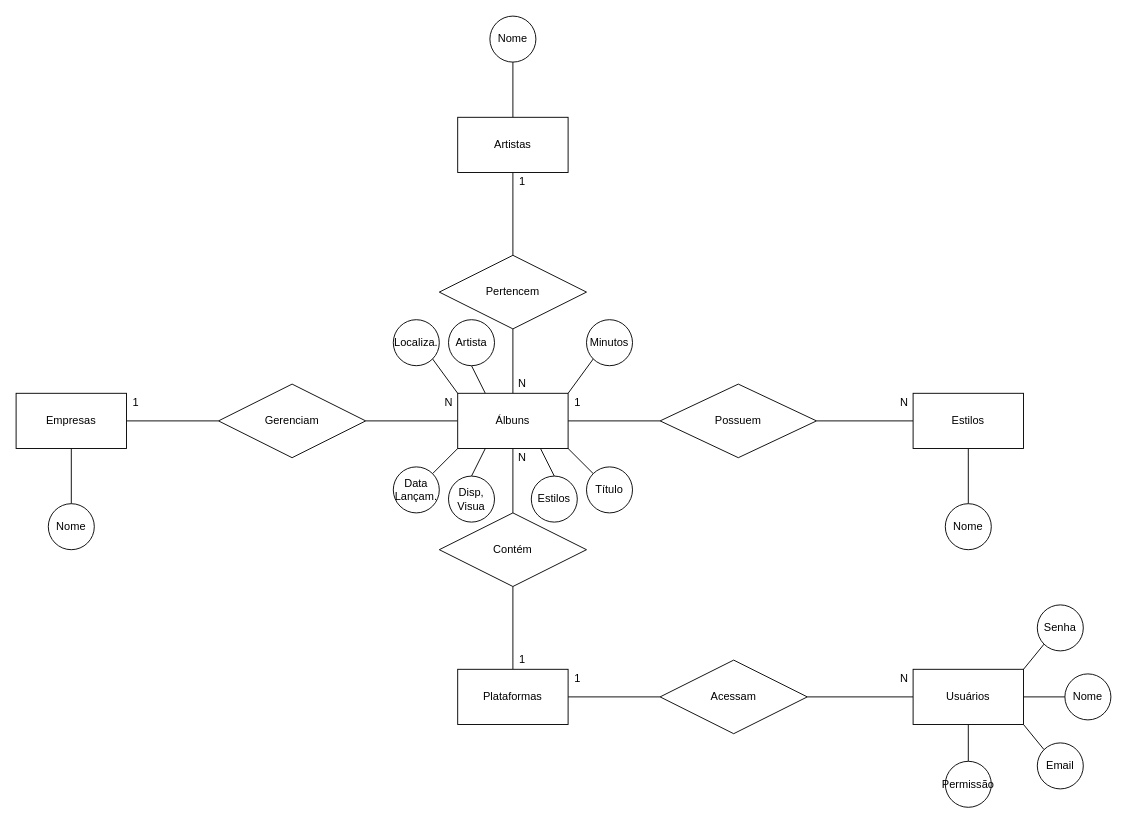
Earlier version of the draw.io diagram page "Conceitual" (1 of 2) of 2021-1S-2D/sprint-1-bd/exercicios/1.4-exercicio-optus/1.4-exercicio-optus.drawio (sjvinicius/_SENAI_2S_DevSys_Atividades_DB). Source tidied: cells renumbered, new cells numbered last; positions are measured from the earlier drawing's top-left corner, leaving out a move shared by most shapes. Both pictures are drawn from the tidied source at 92%, with x=0, y=0 at pixel (16, 16).
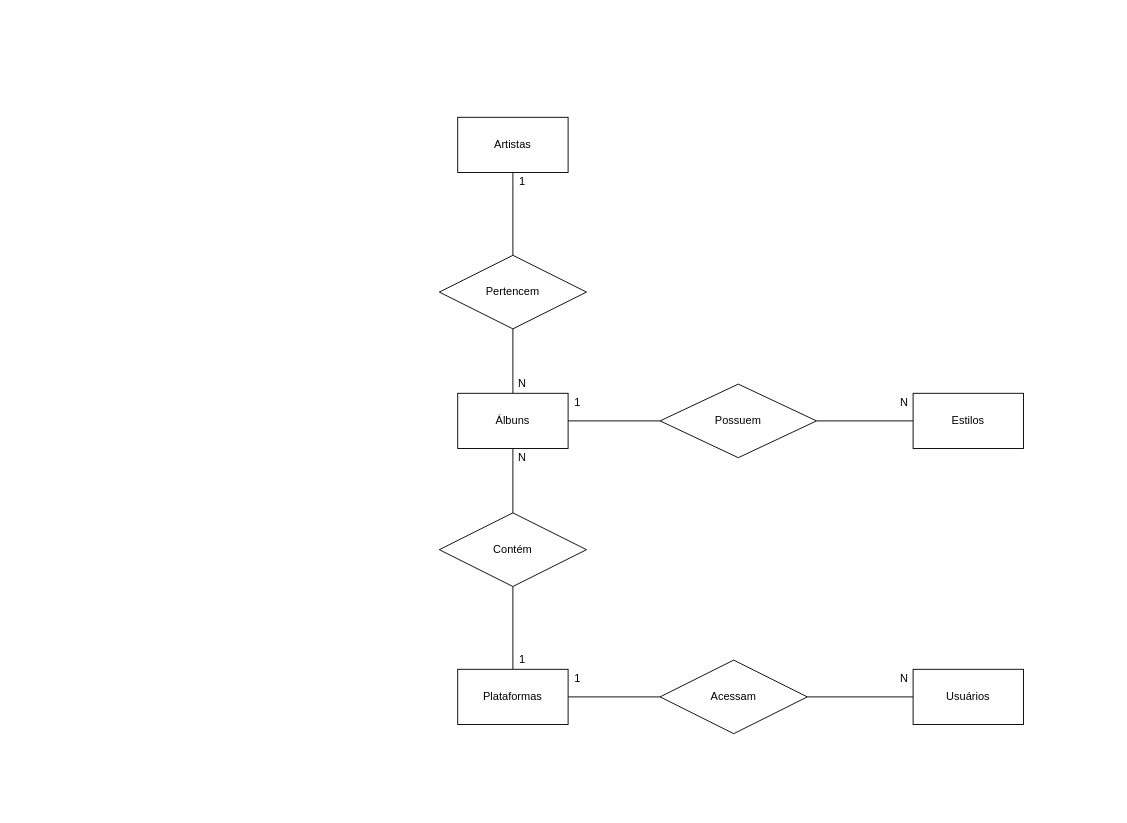
Above is the later version.

The change refers to these unchanged cells:
```xml
<mxCell id="15" value="Álbuns" style="whiteSpace=wrap;html=1;rounded=0;" parent="1" vertex="1">
  <mxGeometry x="480" y="410" width="120" height="60" as="geometry" />
</mxCell>
<mxCell id="30" value="Usuários" style="whiteSpace=wrap;html=1;rounded=0;" parent="1" vertex="1">
  <mxGeometry x="975" y="710" width="120" height="60" as="geometry" />
</mxCell>
<mxCell id="44" value="Artistas" style="whiteSpace=wrap;html=1;rounded=0;" parent="1" vertex="1">
  <mxGeometry x="480" y="110" width="120" height="60" as="geometry" />
</mxCell>
```

Change to the diagram source:
```diff
@@
-    <mxCell id="2" style="edgeStyle=orthogonalEdgeStyle;rounded=0;jettySize=auto;html=1;exitX=0.5;exitY=1;exitDx=0;exitDy=0;endArrow=none;endFill=0;entryX=0.5;entryY=0;entryDx=0;entryDy=0;" parent="1" edge="1" source="4" target="5">
-      <mxGeometry relative="1" as="geometry" />
-    </mxCell>
-    <mxCell id="3" style="edgeStyle=orthogonalEdgeStyle;rounded=0;jettySize=auto;html=1;endArrow=none;endFill=0;" parent="1" edge="1" source="4" target="7">
-      <mxGeometry relative="1" as="geometry" />
-    </mxCell>
-    <mxCell id="4" value="Empresas" style="rounded=0;whiteSpace=wrap;html=1;" parent="1" vertex="1">
-      <mxGeometry y="410" width="120" height="60" as="geometry" />
-    </mxCell>
-    <mxCell id="5" value="Nome" style="ellipse;whiteSpace=wrap;html=1;" parent="1" vertex="1">
-      <mxGeometry x="35" y="530" width="50" height="50" as="geometry" />
-    </mxCell>
-    <mxCell id="6" style="edgeStyle=orthogonalEdgeStyle;rounded=0;jettySize=auto;html=1;endArrow=none;endFill=0;" parent="1" edge="1" source="7" target="15">
-      <mxGeometry relative="1" as="geometry" />
-    </mxCell>
-    <mxCell id="7" value="Gerenciam" style="rhombus;whiteSpace=wrap;html=1;rounded=0;" parent="1" vertex="1">
-      <mxGeometry x="220" y="400" width="160" height="80" as="geometry" />
-    </mxCell>
@@
-    <mxCell id="11" style="rounded=0;jettySize=auto;html=1;exitX=1;exitY=1;exitDx=0;exitDy=0;entryX=0;entryY=0;entryDx=0;entryDy=0;endArrow=none;endFill=0;" parent="1" edge="1" source="15" target="46">
-      <mxGeometry relative="1" as="geometry" />
-    </mxCell>
-    <mxCell id="12" style="edgeStyle=none;rounded=0;jettySize=auto;html=1;exitX=1;exitY=0;exitDx=0;exitDy=0;entryX=0;entryY=1;entryDx=0;entryDy=0;endArrow=none;endFill=0;" parent="1" edge="1" source="15" target="49">
-      <mxGeometry relative="1" as="geometry" />
-    </mxCell>
-    <mxCell id="13" style="edgeStyle=none;rounded=0;jettySize=auto;html=1;exitX=0.75;exitY=1;exitDx=0;exitDy=0;endArrow=none;endFill=0;entryX=0.5;entryY=0;entryDx=0;entryDy=0;" parent="1" edge="1" source="15" target="54">
-      <mxGeometry relative="1" as="geometry" />
-    </mxCell>
-    <mxCell id="14" style="edgeStyle=none;rounded=0;jettySize=auto;html=1;exitX=0.25;exitY=0;exitDx=0;exitDy=0;endArrow=none;endFill=0;entryX=0.5;entryY=1;entryDx=0;entryDy=0;" parent="1" edge="1" source="15" target="55">
-      <mxGeometry relative="1" as="geometry" />
-    </mxCell>
@@
-    <mxCell id="18" style="edgeStyle=orthogonalEdgeStyle;rounded=0;jettySize=auto;html=1;endArrow=none;endFill=0;entryX=0.5;entryY=0;entryDx=0;entryDy=0;" parent="1" edge="1" target="39">
-      <mxGeometry relative="1" as="geometry">
-        <mxPoint x="1035" y="470" as="sourcePoint" />
-        <Array as="points">
-          <mxPoint x="1035" y="470" />
-        </Array>
-      </mxGeometry>
-    </mxCell>
@@
-    <mxCell id="26" style="edgeStyle=none;rounded=0;jettySize=auto;html=1;exitX=1;exitY=0.5;exitDx=0;exitDy=0;endArrow=none;endFill=0;" parent="1" edge="1" source="30" target="57">
-      <mxGeometry relative="1" as="geometry" />
-    </mxCell>
-    <mxCell id="27" style="edgeStyle=none;rounded=0;jettySize=auto;html=1;exitX=1;exitY=1;exitDx=0;exitDy=0;entryX=0;entryY=0;entryDx=0;entryDy=0;endArrow=none;endFill=0;" parent="1" edge="1" source="30" target="58">
-      <mxGeometry relative="1" as="geometry" />
-    </mxCell>
-    <mxCell id="28" style="edgeStyle=none;rounded=0;jettySize=auto;html=1;exitX=1;exitY=0;exitDx=0;exitDy=0;entryX=0;entryY=1;entryDx=0;entryDy=0;endArrow=none;endFill=0;" parent="1" edge="1" source="30" target="59">
-      <mxGeometry relative="1" as="geometry" />
-    </mxCell>
-    <mxCell id="29" style="edgeStyle=none;rounded=0;jettySize=auto;html=1;exitX=0.5;exitY=1;exitDx=0;exitDy=0;endArrow=none;endFill=0;" parent="1" edge="1" source="30" target="60">
-      <mxGeometry relative="1" as="geometry" />
-    </mxCell>
@@
-    <mxCell id="31" value="1" style="text;html=1;align=center;verticalAlign=middle;" parent="1" vertex="1">
-      <mxGeometry x="120" y="410" width="20" height="20" as="geometry" />
-    </mxCell>
-    <mxCell id="32" value="N" style="text;html=1;align=center;verticalAlign=middle;" parent="1" vertex="1">
-      <mxGeometry x="460" y="410" width="20" height="20" as="geometry" />
-    </mxCell>
@@
-    <mxCell id="39" value="Nome" style="ellipse;whiteSpace=wrap;html=1;" parent="1" vertex="1">
-      <mxGeometry x="1010" y="530" width="50" height="50" as="geometry" />
-    </mxCell>
@@
-    <mxCell id="43" style="edgeStyle=none;rounded=0;jettySize=auto;html=1;exitX=0.5;exitY=0;exitDx=0;exitDy=0;endArrow=none;endFill=0;" parent="1" edge="1" source="44">
-      <mxGeometry relative="1" as="geometry">
-        <mxPoint x="540" y="50" as="targetPoint" />
-      </mxGeometry>
-    </mxCell>
@@
-    <mxCell id="46" value="Título" style="ellipse;whiteSpace=wrap;html=1;" parent="1" vertex="1">
-      <mxGeometry x="620" y="490" width="50" height="50" as="geometry" />
-    </mxCell>
-    <mxCell id="47" style="edgeStyle=none;rounded=0;jettySize=auto;html=1;entryX=0;entryY=1;entryDx=0;entryDy=0;endArrow=none;endFill=0;exitX=1;exitY=0;exitDx=0;exitDy=0;" parent="1" edge="1" source="48" target="15">
-      <mxGeometry relative="1" as="geometry" />
-    </mxCell>
-    <mxCell id="48" value="Data Lançam." style="ellipse;whiteSpace=wrap;html=1;" parent="1" vertex="1">
-      <mxGeometry x="410" y="490" width="50" height="50" as="geometry" />
-    </mxCell>
-    <mxCell id="49" value="Minutos" style="ellipse;whiteSpace=wrap;html=1;" parent="1" vertex="1">
-      <mxGeometry x="620" y="330" width="50" height="50" as="geometry" />
-    </mxCell>
-    <mxCell id="50" style="edgeStyle=none;rounded=0;jettySize=auto;html=1;exitX=1;exitY=1;exitDx=0;exitDy=0;entryX=0;entryY=0;entryDx=0;entryDy=0;endArrow=none;endFill=0;" parent="1" edge="1" source="51" target="15">
-      <mxGeometry relative="1" as="geometry" />
-    </mxCell>
-    <mxCell id="51" value="Localiza." style="ellipse;whiteSpace=wrap;html=1;" parent="1" vertex="1">
-      <mxGeometry x="410" y="330" width="50" height="50" as="geometry" />
-    </mxCell>
-    <mxCell id="52" style="edgeStyle=none;rounded=0;jettySize=auto;html=1;exitX=0.5;exitY=0;exitDx=0;exitDy=0;entryX=0.25;entryY=1;entryDx=0;entryDy=0;endArrow=none;endFill=0;" parent="1" edge="1" source="53" target="15">
-      <mxGeometry relative="1" as="geometry" />
-    </mxCell>
-    <mxCell id="53" value="Disp, Visua" style="ellipse;whiteSpace=wrap;html=1;" parent="1" vertex="1">
-      <mxGeometry x="470" y="500" width="50" height="50" as="geometry" />
-    </mxCell>
-    <mxCell id="54" value="Estilos" style="ellipse;whiteSpace=wrap;html=1;" parent="1" vertex="1">
-      <mxGeometry x="560" y="500" width="50" height="50" as="geometry" />
-    </mxCell>
-    <mxCell id="55" value="Artista" style="ellipse;whiteSpace=wrap;html=1;" parent="1" vertex="1">
-      <mxGeometry x="470" y="330" width="50" height="50" as="geometry" />
-    </mxCell>
-    <mxCell id="56" value="Nome" style="ellipse;whiteSpace=wrap;html=1;" parent="1" vertex="1">
-      <mxGeometry x="515" width="50" height="50" as="geometry" />
-    </mxCell>
-    <mxCell id="57" value="Nome" style="ellipse;whiteSpace=wrap;html=1;" parent="1" vertex="1">
-      <mxGeometry x="1140" y="715" width="50" height="50" as="geometry" />
-    </mxCell>
-    <mxCell id="58" value="Email" style="ellipse;whiteSpace=wrap;html=1;" parent="1" vertex="1">
-      <mxGeometry x="1110" y="790" width="50" height="50" as="geometry" />
-    </mxCell>
-    <mxCell id="59" value="Senha" style="ellipse;whiteSpace=wrap;html=1;" parent="1" vertex="1">
-      <mxGeometry x="1110" y="640" width="50" height="50" as="geometry" />
-    </mxCell>
-    <mxCell id="60" value="Permissão" style="ellipse;whiteSpace=wrap;html=1;" parent="1" vertex="1">
-      <mxGeometry x="1010" y="810" width="50" height="50" as="geometry" />
-    </mxCell>
```
